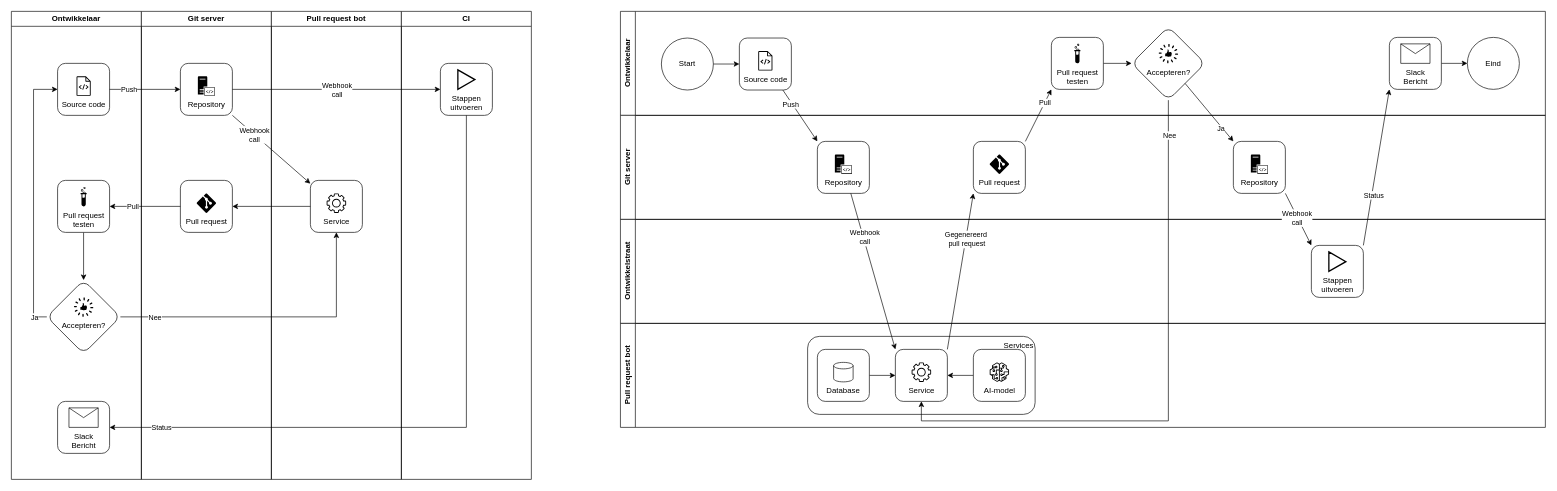
The draw.io diagram page "Simpel-pull-request" (11 of 13) of cli app.drawio in luukvankooten/draw.io, before the edit. Source tidied: cells renumbered, new cells numbered last; positions are measured from the earlier drawing's top-left corner, leaving out a move shared by most shapes. Both pictures are drawn from the tidied source at 65%, with x=0, y=0 at pixel (11, 11).
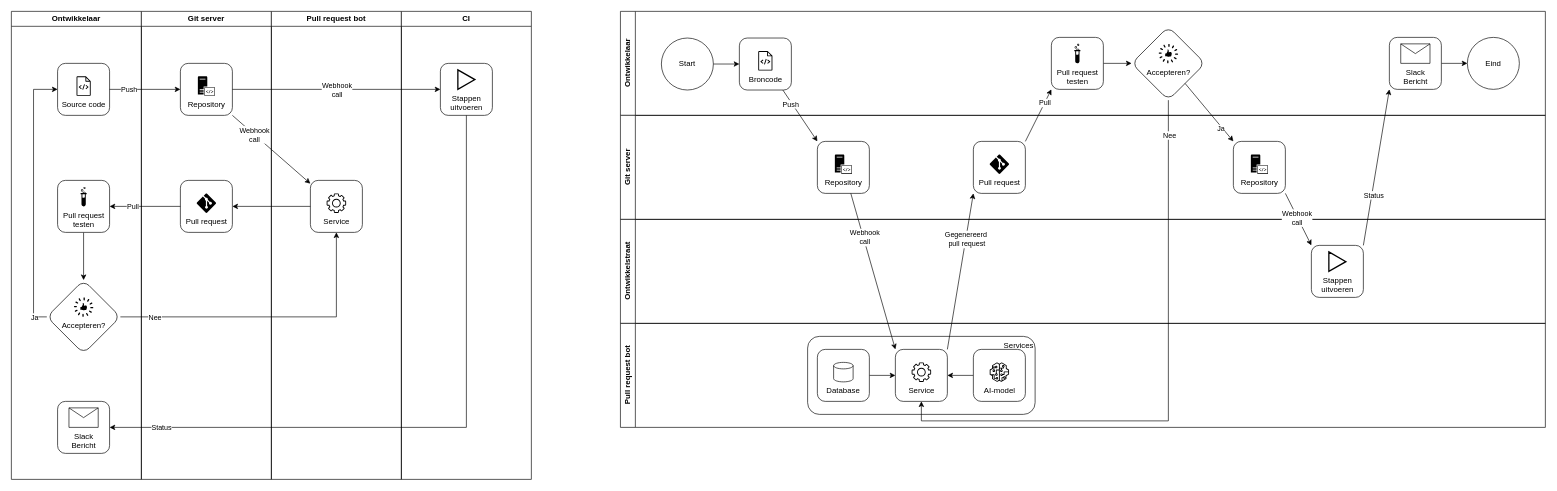
The same page after the edit.

The change refers to these unchanged cells:
```xml
<mxCell id="38" value="Ontwikkelaar" style="swimlane;horizontal=0;whiteSpace=wrap;html=1;" parent="1" vertex="1">
  <mxGeometry x="937" width="1423" height="160" as="geometry" />
</mxCell>
```

The edit, as a diff of the source:
```diff
@@
-    <mxCell id="40" value="&lt;font color=&quot;#000000&quot;&gt;Source code&lt;/font&gt;" style="sketch=0;fontColor=#232F3E;gradientColor=none;fillColor=#000000;strokeColor=none;dashed=0;verticalLabelPosition=bottom;verticalAlign=top;align=center;html=1;fontSize=12;fontStyle=0;shape=mxgraph.aws4.source_code;" parent="38" vertex="1">
+    <mxCell id="40" value="&lt;font color=&quot;#000000&quot;&gt;Broncode&lt;/font&gt;" style="sketch=0;fontColor=#232F3E;gradientColor=none;fillColor=#000000;strokeColor=none;dashed=0;verticalLabelPosition=bottom;verticalAlign=top;align=center;html=1;fontSize=12;fontStyle=0;shape=mxgraph.aws4.source_code;" parent="38" vertex="1">
       <mxGeometry x="212" y="61" width="21.9" height="30" as="geometry" />
     </mxCell>
```
